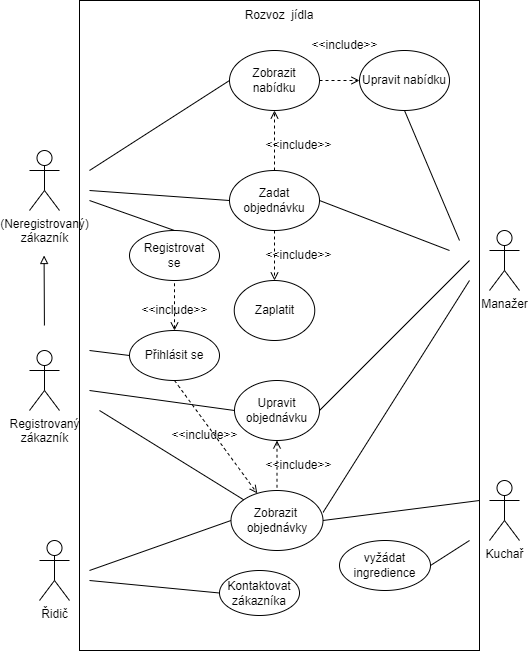
The draw.io diagram UseCaseDiagram-Stránka-1.drawio.png in vitvlasanek/VIS_projekt, before a commit. Source tidied: cells renumbered, new cells last; positions are measured from the earlier drawing's top-left corner, leaving out a move shared by most shapes.
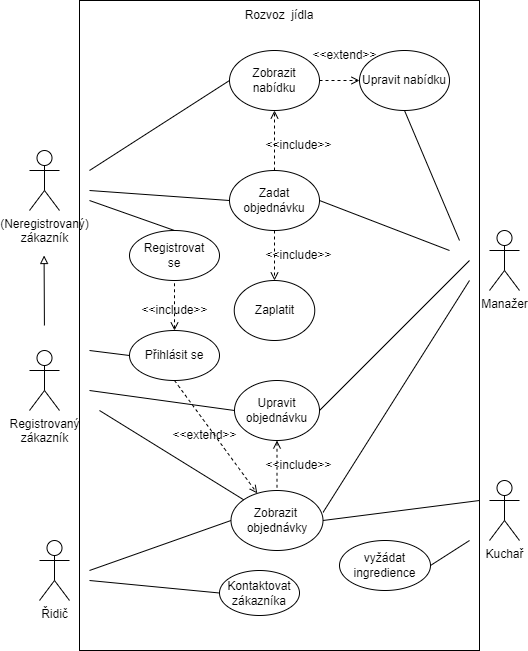
After the change.

Diff of the diagram source:
```diff
@@ -156,13 +156,13 @@
         <mxPoint x="420" y="250" as="targetPoint" />
       </mxGeometry>
     </mxCell>
-    <mxCell id="43" value="&amp;lt;&amp;lt;include&amp;gt;&amp;gt;" style="text;html=1;align=center;verticalAlign=middle;strokeColor=none;fillColor=none;" parent="1" vertex="1">
-      <mxGeometry x="270" y="30" width="90" height="30" as="geometry" />
+    <mxCell id="43" value="&amp;lt;&amp;lt;extend&amp;gt;&amp;gt;" style="text;html=1;align=center;verticalAlign=middle;strokeColor=none;fillColor=none;" parent="1" vertex="1">
+      <mxGeometry x="270" y="40" width="90" height="30" as="geometry" />
     </mxCell>
     <mxCell id="44" style="endArrow=open;html=1;rounded=0;exitX=0.5;exitY=1;exitDx=0;exitDy=0;dashed=1;endFill=0;" parent="1" edge="1" source="25" target="6">
       <mxGeometry relative="1" as="geometry" />
     </mxCell>
-    <mxCell id="45" value="&amp;lt;&amp;lt;include&amp;gt;&amp;gt;" style="text;html=1;align=center;verticalAlign=middle;strokeColor=none;fillColor=none;" parent="1" vertex="1">
+    <mxCell id="45" value="&amp;lt;&amp;lt;extend&amp;gt;&amp;gt;" style="text;html=1;align=center;verticalAlign=middle;strokeColor=none;fillColor=none;" parent="1" vertex="1">
       <mxGeometry x="130" y="420" width="90" height="30" as="geometry" />
     </mxCell>
   </root>
```
